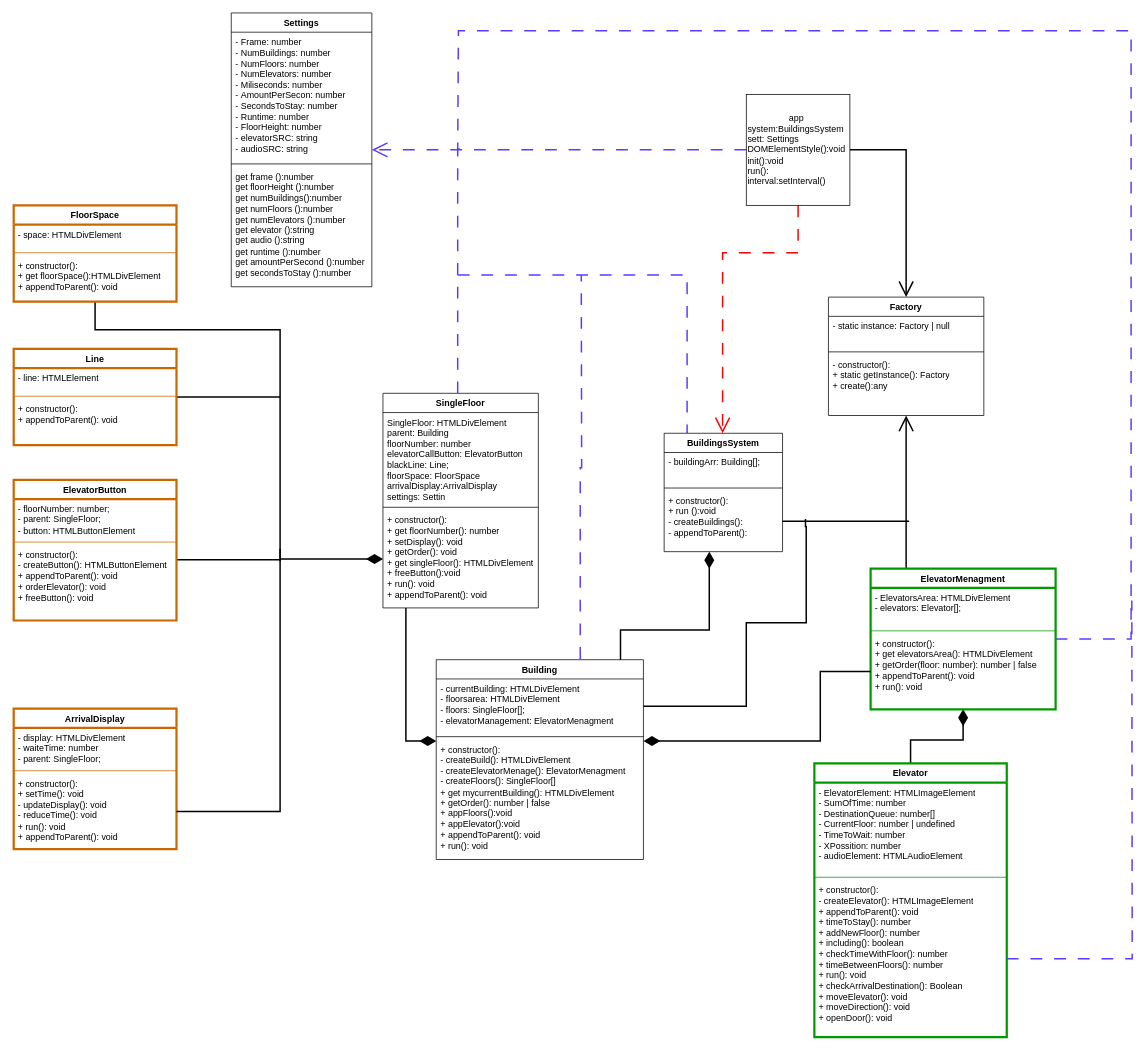
Before: ElevatorChallenge/elevator_challenge.drawio in Yaakov-T/nessProject, a draw.io diagram. Source tidied: cells renumbered, new cells numbered last; positions are measured from the earlier drawing's top-left corner, leaving out a move shared by most shapes. Both pictures are drawn from the tidied source at 74%, with x=0, y=0 at pixel (13, 13).
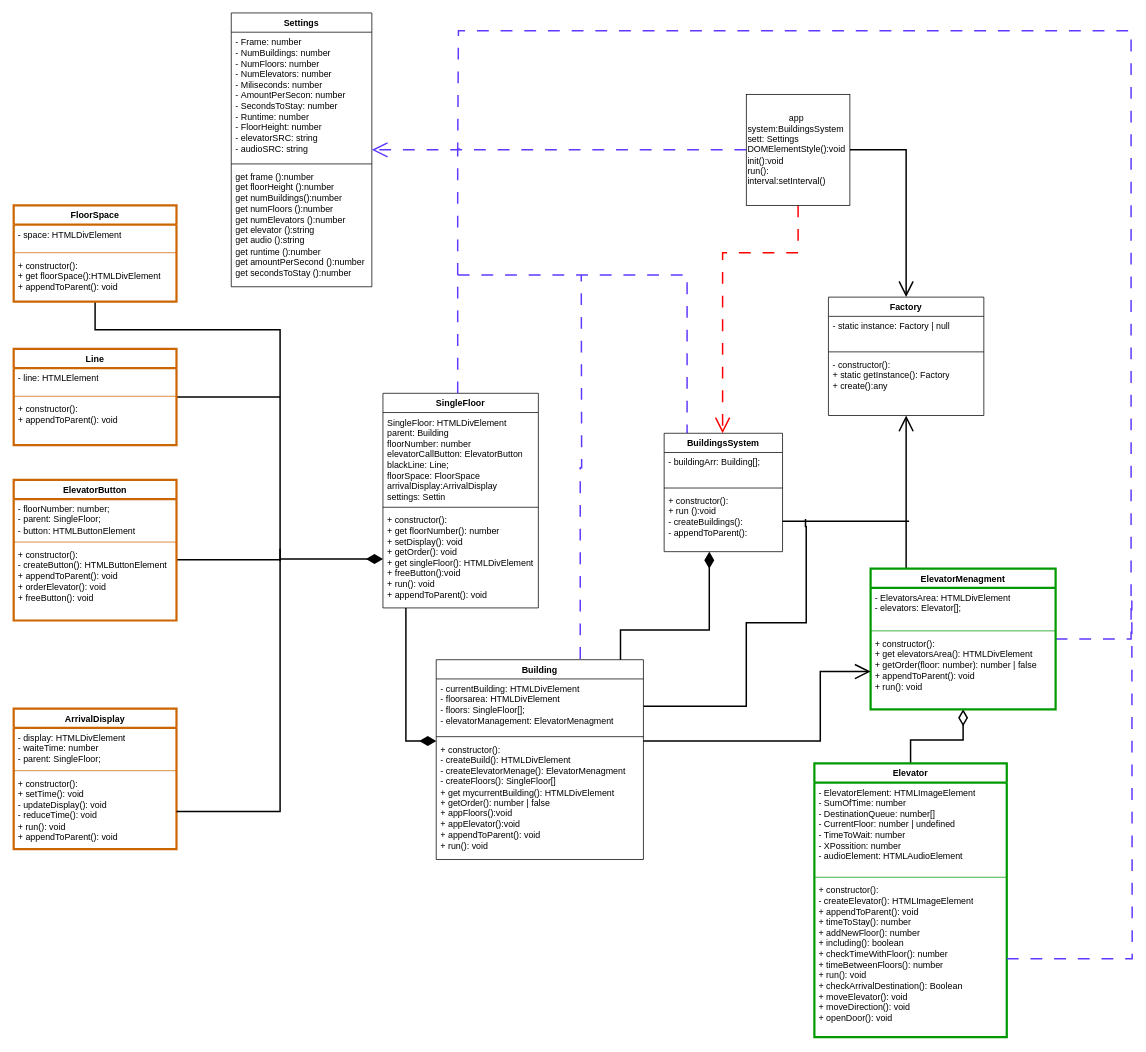
The same diagram, later.

The change refers to these unchanged cells:
```xml
<mxCell id="20" value="Building" style="swimlane;fontStyle=1;align=center;verticalAlign=top;horizontal=1;startSize=26;whiteSpace=wrap;html=1;" parent="1" vertex="1">
  <mxGeometry x="571" y="874" width="280" height="270" as="geometry" />
</mxCell>
<mxCell id="33" value="ElevatorMenagment" style="swimlane;fontStyle=1;align=center;verticalAlign=top;horizontal=1;startSize=26;whiteSpace=wrap;html=1;strokeColor=#009900;strokeWidth=3;" parent="1" vertex="1">
  <mxGeometry x="1158" y="751" width="250" height="190" as="geometry" />
</mxCell>
<mxCell id="36" value="+&amp;nbsp;constructor():&lt;br&gt;+&amp;nbsp;get elevatorsArea(): HTMLDivElement&lt;br&gt;+&amp;nbsp;getOrder(floor: number): number | false&amp;nbsp;&lt;br&gt;+&amp;nbsp;appendToParent(): void&lt;br&gt;+&amp;nbsp;run(): void" style="text;strokeColor=none;fillColor=none;align=left;verticalAlign=top;spacingLeft=4;spacingRight=4;overflow=hidden;points=[[0,0.5],[1,0.5]];portConstraint=eastwest;whiteSpace=wrap;html=1;" parent="33" vertex="1">
  <mxGeometry y="88" width="250" height="102" as="geometry" />
</mxCell>
<mxCell id="37" value="Elevator" style="swimlane;fontStyle=1;align=center;verticalAlign=top;horizontal=1;startSize=26;whiteSpace=wrap;html=1;strokeColor=#009900;strokeWidth=3;" parent="1" vertex="1">
  <mxGeometry x="1082" y="1014" width="260" height="370" as="geometry" />
</mxCell>
```

Diff of the diagram source:
```diff
@@
-    <mxCell id="30" style="rounded=0;jettySize=auto;html=1;endArrow=diamondThin;endFill=1;strokeWidth=2;endSize=17;exitX=0.5;exitY=0;exitDx=0;exitDy=0;edgeStyle=orthogonalEdgeStyle;" parent="1" edge="1" source="37" target="33">
+    <mxCell id="30" style="rounded=0;jettySize=auto;html=1;endArrow=diamondThin;endFill=0;strokeWidth=2;endSize=17;exitX=0.5;exitY=0;exitDx=0;exitDy=0;edgeStyle=orthogonalEdgeStyle;" parent="1" edge="1" source="37" target="33">
       <mxGeometry relative="1" as="geometry" />
     </mxCell>
@@
-    <mxCell id="65" style="edgeStyle=orthogonalEdgeStyle;rounded=0;jettySize=auto;html=1;endArrow=diamondThin;endFill=1;strokeWidth=2;endSize=17;" parent="1" edge="1" source="36" target="20">
+    <mxCell id="65" style="edgeStyle=orthogonalEdgeStyle;rounded=0;jettySize=auto;html=1;endArrow=open;endFill=0;strokeWidth=2;endSize=17;" parent="1" edge="1" source="20" target="36">
       <mxGeometry relative="1" as="geometry">
         <Array as="points">
+          <mxPoint x="1090" y="984" />
           <mxPoint x="1090" y="890" />
-          <mxPoint x="1090" y="984" />
         </Array>
       </mxGeometry>
     </mxCell>
```
